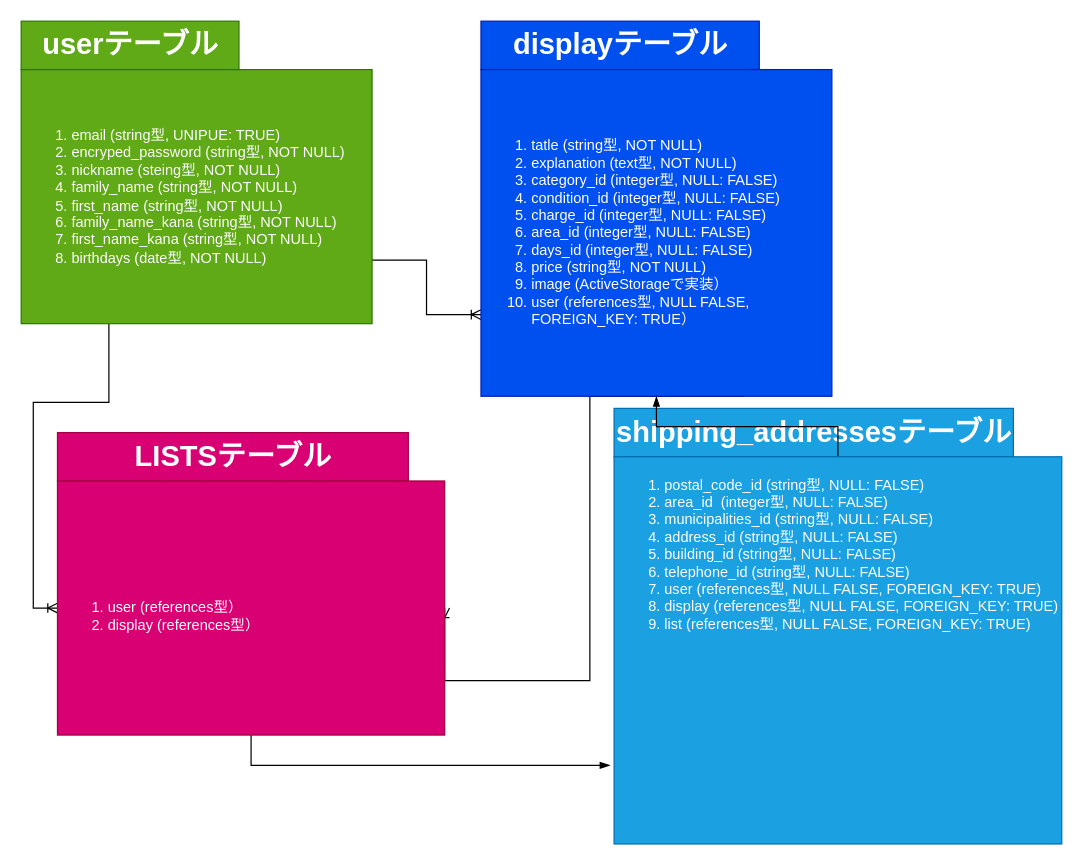
Before: er.dio in kitamatus-jumpei/furima-36165, a draw.io diagram. Source tidied: cells renumbered, new cells numbered last; positions are measured from the earlier drawing's top-left corner, leaving out a move shared by most shapes. Both pictures are drawn from the tidied source at 121%, with x=0, y=0 at pixel (21, 21).
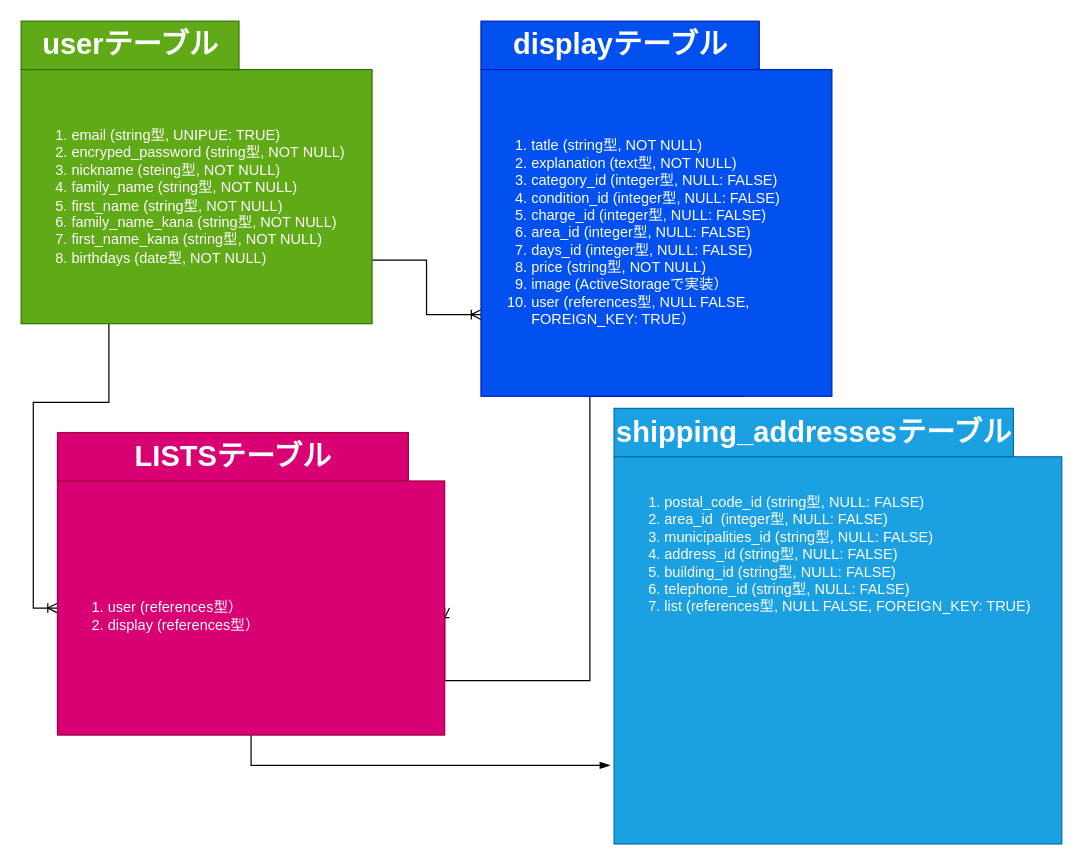
After the change.

Commit message:
データベース設計７

Change to the diagram source:
```diff
@@
 <mxGraphModel>
   <root>
     <mxCell id="0" />
     <mxCell id="1" parent="0" />
     <mxCell id="2" style="edgeStyle=orthogonalEdgeStyle;rounded=0;jettySize=auto;html=1;exitX=1;exitY=0.75;exitDx=0;exitDy=0;entryX=0;entryY=0.75;entryDx=0;entryDy=0;endArrow=ERoneToMany;endFill=0;" parent="1" edge="1" source="4" target="8">
       <mxGeometry relative="1" as="geometry" />
     </mxCell>
     <mxCell id="3" style="edgeStyle=orthogonalEdgeStyle;rounded=0;jettySize=auto;html=1;exitX=0.25;exitY=1;exitDx=0;exitDy=0;entryX=0;entryY=0.5;entryDx=0;entryDy=0;endArrow=ERoneToMany;endFill=0;" parent="1" edge="1" source="4" target="11">
       <mxGeometry relative="1" as="geometry" />
     </mxCell>
     <mxCell id="4" value="&lt;ol&gt;&lt;li&gt;email (string型, UNIPUE: TRUE)&lt;/li&gt;&lt;li&gt;encryped_password (string型, NOT NULL)&lt;/li&gt;&lt;li&gt;nickname (steing型, NOT NULL)&lt;/li&gt;&lt;li&gt;family_name (string型, NOT NULL)&lt;/li&gt;&lt;li&gt;first_name (string型, NOT NULL)&lt;/li&gt;&lt;li&gt;family_name_kana (string型, NOT NULL)&lt;/li&gt;&lt;li&gt;first_name_kana (string型, NOT NULL)&lt;br&gt;&lt;/li&gt;&lt;li&gt;birthdays (date型, NOT NULL)&lt;/li&gt;&lt;/ol&gt;" style="text;strokeColor=#2D7600;fillColor=#60a917;html=1;whiteSpace=wrap;verticalAlign=middle;overflow=hidden;fontColor=#ffffff;" parent="1" vertex="1">
       <mxGeometry y="40" width="290" height="210" as="geometry" />
     </mxCell>
     <mxCell id="5" value="userテーブル" style="text;strokeColor=#2D7600;fillColor=#60a917;html=1;fontSize=24;fontStyle=1;verticalAlign=middle;align=center;fontColor=#ffffff;" parent="1" vertex="1">
       <mxGeometry width="180" height="40" as="geometry" />
     </mxCell>
     <mxCell id="6" value="displayテーブル" style="text;strokeColor=#001DBC;fillColor=#0050ef;html=1;fontSize=24;fontStyle=1;verticalAlign=middle;align=center;fontColor=#ffffff;" parent="1" vertex="1">
       <mxGeometry x="380" width="230" height="40" as="geometry" />
     </mxCell>
     <mxCell id="7" style="edgeStyle=orthogonalEdgeStyle;rounded=0;jettySize=auto;html=1;exitX=0.75;exitY=1;exitDx=0;exitDy=0;entryX=1;entryY=0.5;entryDx=0;entryDy=0;endArrow=ERoneToMany;endFill=0;" parent="1" edge="1" source="8" target="11">
       <mxGeometry relative="1" as="geometry">
         <Array as="points">
           <mxPoint x="470" y="310" />
           <mxPoint x="470" y="545" />
         </Array>
       </mxGeometry>
     </mxCell>
     <mxCell id="8" value="&lt;ol&gt;&lt;li&gt;tatle (string型, NOT NULL)&lt;/li&gt;&lt;li&gt;explanation (text型, NOT NULL)&lt;/li&gt;&lt;li&gt;category_id (integer型, NULL: FALSE)&lt;/li&gt;&lt;li&gt;condition_id (integer型, NULL: FALSE)&lt;/li&gt;&lt;li&gt;charge_id (integer型, NULL: FALSE)&lt;/li&gt;&lt;li&gt;area_id (integer型, NULL: FALSE)&lt;/li&gt;&lt;li&gt;days_id (integer型, NULL: FALSE)&lt;/li&gt;&lt;li&gt;price (string型, NOT NULL)&lt;/li&gt;&lt;li&gt;image (ActiveStorageで実装）&lt;/li&gt;&lt;li&gt;user (references型, NULL FALSE, FOREIGN_KEY: TRUE）&lt;/li&gt;&lt;/ol&gt;" style="text;strokeColor=#001DBC;fillColor=#0050ef;html=1;whiteSpace=wrap;verticalAlign=middle;overflow=hidden;fontColor=#ffffff;" parent="1" vertex="1">
       <mxGeometry x="380" y="40" width="290" height="270" as="geometry" />
     </mxCell>
     <mxCell id="9" value="LISTSテーブル" style="text;strokeColor=#A50040;fillColor=#d80073;html=1;fontSize=24;fontStyle=1;verticalAlign=middle;align=center;fontColor=#ffffff;" parent="1" vertex="1">
       <mxGeometry x="30" y="340" width="290" height="40" as="geometry" />
     </mxCell>
     <mxCell id="10" style="edgeStyle=orthogonalEdgeStyle;rounded=0;jettySize=auto;html=1;exitX=0.5;exitY=1;exitDx=0;exitDy=0;entryX=-0.009;entryY=0.797;entryDx=0;entryDy=0;entryPerimeter=0;endArrow=blockThin;endFill=1;" parent="1" edge="1" source="11" target="14">
       <mxGeometry relative="1" as="geometry" />
     </mxCell>
     <mxCell id="11" value="&lt;div&gt;&lt;br&gt;&lt;/div&gt;&lt;ol&gt;&lt;li&gt;user (references型）&lt;/li&gt;&lt;li&gt;display (references型）&lt;/li&gt;&lt;/ol&gt;" style="text;strokeColor=#A50040;fillColor=#d80073;html=1;whiteSpace=wrap;verticalAlign=middle;overflow=hidden;fontColor=#ffffff;" parent="1" vertex="1">
       <mxGeometry x="30" y="380" width="320" height="210" as="geometry" />
     </mxCell>
     <mxCell id="12" value="shipping_addressesテーブル" style="text;strokeColor=#006EAF;fillColor=#1ba1e2;html=1;fontSize=24;fontStyle=1;verticalAlign=middle;align=center;fontColor=#ffffff;" parent="1" vertex="1">
       <mxGeometry x="490" y="320" width="330" height="40" as="geometry" />
     </mxCell>
-    <mxCell id="13" style="edgeStyle=orthogonalEdgeStyle;rounded=0;jettySize=auto;html=1;endArrow=blockThin;endFill=1;" parent="1" edge="1" source="14" target="8">
-      <mxGeometry relative="1" as="geometry" />
-    </mxCell>
-    <mxCell id="14" value="&lt;ol&gt;&lt;li&gt;&lt;span&gt;postal_code_id (string型, NULL: FALSE)&lt;/span&gt;&lt;br&gt;&lt;/li&gt;&lt;li&gt;area_id&amp;nbsp; (integer型, NULL: FALSE)&lt;/li&gt;&lt;li&gt;municipalities_id (string型, NULL: FALSE)&lt;/li&gt;&lt;li&gt;address_id (string型, NULL: FALSE)&lt;/li&gt;&lt;li&gt;building_id (string型, NULL: FALSE)&lt;/li&gt;&lt;li&gt;telephone_id (string型, NULL: FALSE)&lt;/li&gt;&lt;li&gt;user (references型, NULL FALSE, FOREIGN_KEY: TRUE)&lt;/li&gt;&lt;li&gt;display (references型, NULL FALSE, FOREIGN_KEY: TRUE)&lt;/li&gt;&lt;li&gt;list (references型, NULL FALSE, FOREIGN_KEY: TRUE)&lt;/li&gt;&lt;/ol&gt;&lt;div&gt;&lt;br&gt;&lt;/div&gt;&lt;div&gt;&lt;br&gt;&lt;/div&gt;&lt;div&gt;&lt;br&gt;&lt;/div&gt;&lt;div&gt;&lt;br&gt;&lt;/div&gt;&lt;div&gt;&lt;br&gt;&lt;/div&gt;&lt;div&gt;&lt;br&gt;&lt;/div&gt;&lt;div&gt;&lt;br&gt;&lt;/div&gt;&lt;div&gt;&lt;br&gt;&lt;/div&gt;&lt;div&gt;&lt;br&gt;&lt;/div&gt;&lt;div&gt;&lt;br&gt;&lt;/div&gt;&lt;div&gt;&lt;br&gt;&lt;/div&gt;" style="text;strokeColor=#006EAF;fillColor=#1ba1e2;html=1;whiteSpace=wrap;verticalAlign=middle;overflow=hidden;fontColor=#ffffff;" parent="1" vertex="1">
+    <mxCell id="14" value="&lt;ol&gt;&lt;li&gt;&lt;span&gt;postal_code_id (string型, NULL: FALSE)&lt;/span&gt;&lt;br&gt;&lt;/li&gt;&lt;li&gt;area_id&amp;nbsp; (integer型, NULL: FALSE)&lt;/li&gt;&lt;li&gt;municipalities_id (string型, NULL: FALSE)&lt;/li&gt;&lt;li&gt;address_id (string型, NULL: FALSE)&lt;/li&gt;&lt;li&gt;building_id (string型, NULL: FALSE)&lt;/li&gt;&lt;li&gt;telephone_id (string型, NULL: FALSE)&lt;/li&gt;&lt;li&gt;list (references型, NULL FALSE, FOREIGN_KEY: TRUE)&lt;/li&gt;&lt;/ol&gt;&lt;div&gt;&lt;br&gt;&lt;/div&gt;&lt;div&gt;&lt;br&gt;&lt;/div&gt;&lt;div&gt;&lt;br&gt;&lt;/div&gt;&lt;div&gt;&lt;br&gt;&lt;/div&gt;&lt;div&gt;&lt;br&gt;&lt;/div&gt;&lt;div&gt;&lt;br&gt;&lt;/div&gt;&lt;div&gt;&lt;br&gt;&lt;/div&gt;&lt;div&gt;&lt;br&gt;&lt;/div&gt;&lt;div&gt;&lt;br&gt;&lt;/div&gt;&lt;div&gt;&lt;br&gt;&lt;/div&gt;&lt;div&gt;&lt;br&gt;&lt;/div&gt;" style="text;strokeColor=#006EAF;fillColor=#1ba1e2;html=1;whiteSpace=wrap;verticalAlign=middle;overflow=hidden;fontColor=#ffffff;" parent="1" vertex="1">
       <mxGeometry x="490" y="360" width="370" height="320" as="geometry" />
     </mxCell>
   </root>
 </mxGraphModel>
```
